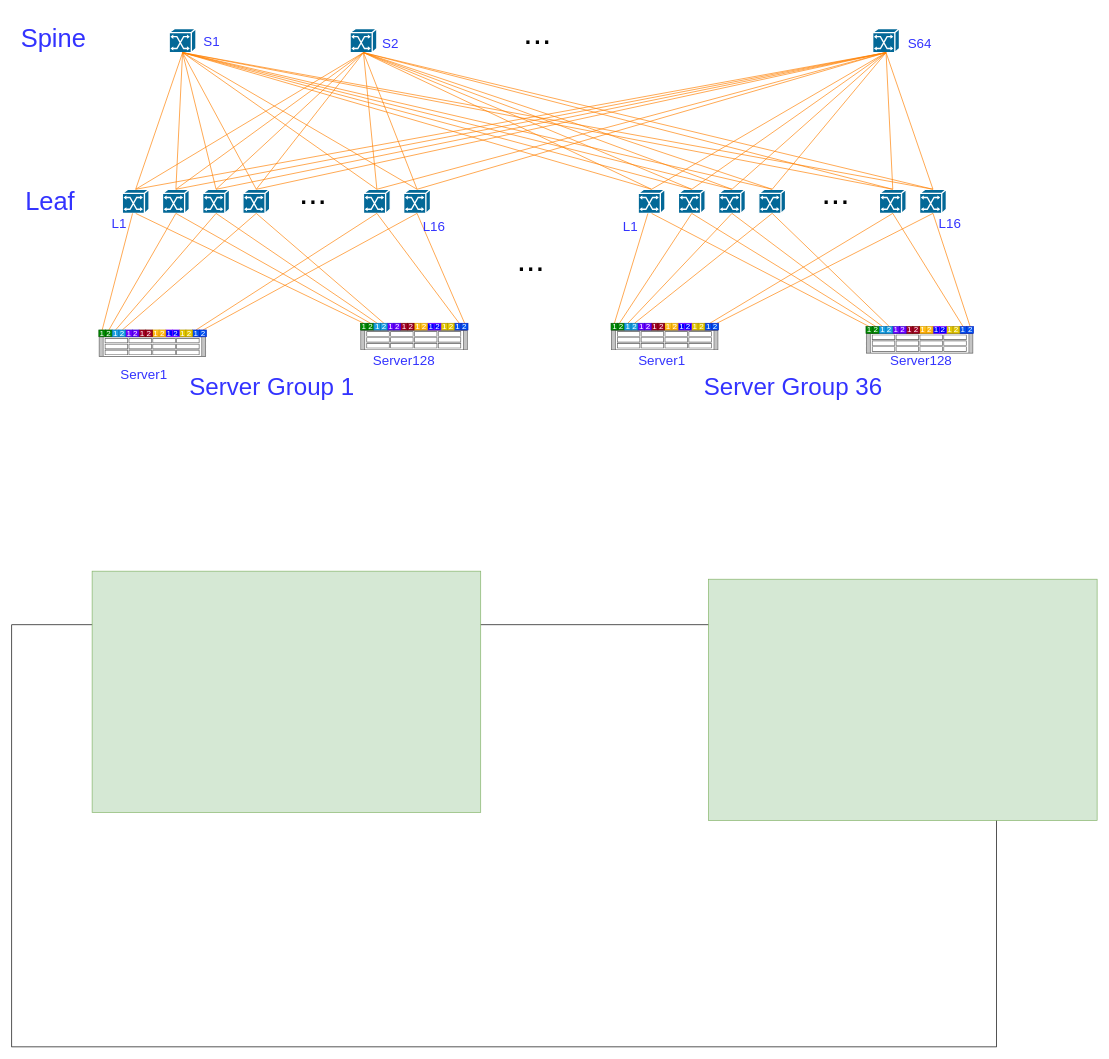
Above: 3万卡-2层--单卡双口200G-盒框组网 的副本.drawio in hel-2000/network-draw (draw.io), before the change. Source tidied: cells renumbered, new cells numbered last; positions are measured from the earlier drawing's top-left corner, leaving out a move shared by most shapes. Both pictures are drawn from the tidied source at 67%, with x=0, y=0 at pixel (11, 21).
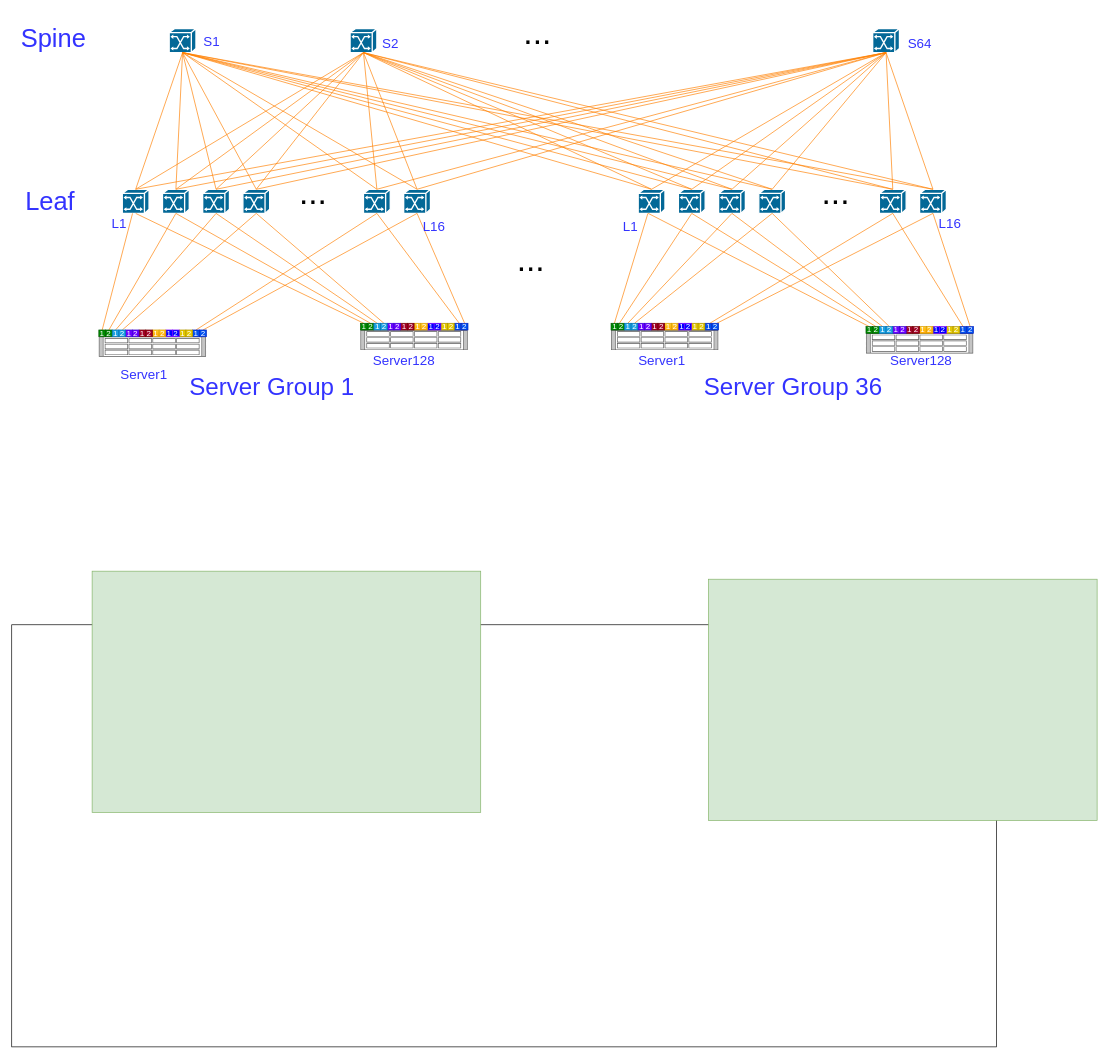
After the change.

Commit message (it also covers changes not shown here):
更新3万卡-2层--单卡双口200G-盒框组网 的副本.drawio

Unchanged cells that the change refers to:
```xml
<mxCell id="23" style="shape=mxgraph.cisco.switches.atm_switch;sketch=0;html=1;dashed=0;fillColor=#036897;strokeColor=#ffffff;strokeWidth=2;verticalLabelPosition=bottom;verticalAlign=top;align=center;outlineConnect=0;" parent="1" vertex="1">
  <mxGeometry x="935" y="250" width="40" height="36" as="geometry" />
</mxCell>
<mxCell id="157" value="1" style="rounded=0;whiteSpace=wrap;html=1;fillColor=#008a00;strokeColor=#005700;fontColor=#ffffff;align=center;verticalAlign=middle;fontFamily=Helvetica;fontSize=12;" parent="1" vertex="1">
  <mxGeometry x="1275" y="455" width="10" height="10" as="geometry" />
</mxCell>
```

Diff of the diagram source:
```diff
@@
-    <mxCell id="40" style="rounded=0;jettySize=auto;html=1;startArrow=none;startFill=0;strokeWidth=1;endArrow=none;endFill=0;strokeColor=#FF8000;entryX=0.5;entryY=1;entryDx=0;entryDy=0;entryPerimeter=0;exitX=0.5;exitY=0;exitDx=0;exitDy=0;" parent="1" edge="1" source="157" target="23">
-      <mxGeometry relative="1" as="geometry" />
+    <mxCell id="40" style="rounded=0;jettySize=auto;html=1;startArrow=none;startFill=0;strokeWidth=1;endArrow=none;endFill=0;strokeColor=#FF8000;exitX=0.5;exitY=0;exitDx=0;exitDy=0;" parent="1" edge="1" source="157">
+      <mxGeometry relative="1" as="geometry">
+        <mxPoint x="950" y="286" as="targetPoint" />
+      </mxGeometry>
     </mxCell>
```
